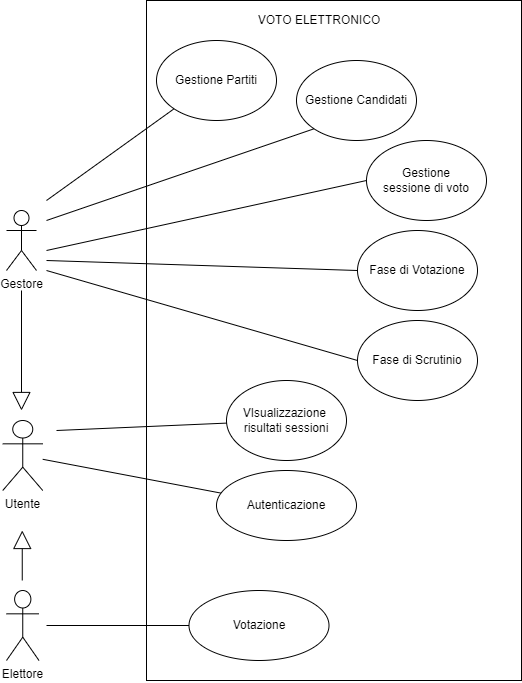
gbrsni/votoElettronico keeps this draw.io diagram as docs/Casi d'uso image.png. Above is the earlier version. Source tidied: cells renumbered, new cells last; positions are measured from the earlier drawing's top-left corner, leaving out a move shared by most shapes.
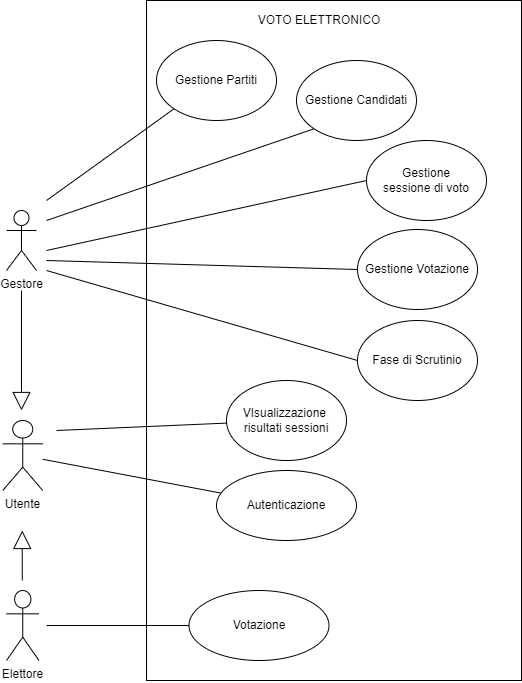
After the commit.

Commit message:
modifica testo

The edit, as a diff of the source:
```diff
@@ -25,8 +25,8 @@
     <mxCell id="8" value="Gestione&lt;br&gt;sessione di voto&lt;br&gt;" style="ellipse;whiteSpace=wrap;html=1;" parent="1" vertex="1">
       <mxGeometry x="364" y="140" width="120" height="80" as="geometry" />
     </mxCell>
-    <mxCell id="9" value="Fase di Votazione" style="ellipse;whiteSpace=wrap;html=1;" parent="1" vertex="1">
-      <mxGeometry x="355" y="230" width="120" height="80" as="geometry" />
+    <mxCell id="9" value="Gestione Votazione" style="ellipse;whiteSpace=wrap;html=1;" parent="1" vertex="1">
+      <mxGeometry x="355" y="229" width="120" height="80" as="geometry" />
     </mxCell>
     <mxCell id="10" style="endArrow=none;html=1;rounded=0;exitX=0;exitY=0.5;exitDx=0;exitDy=0;" parent="1" edge="1" source="8">
       <mxGeometry relative="1" as="geometry">
```
